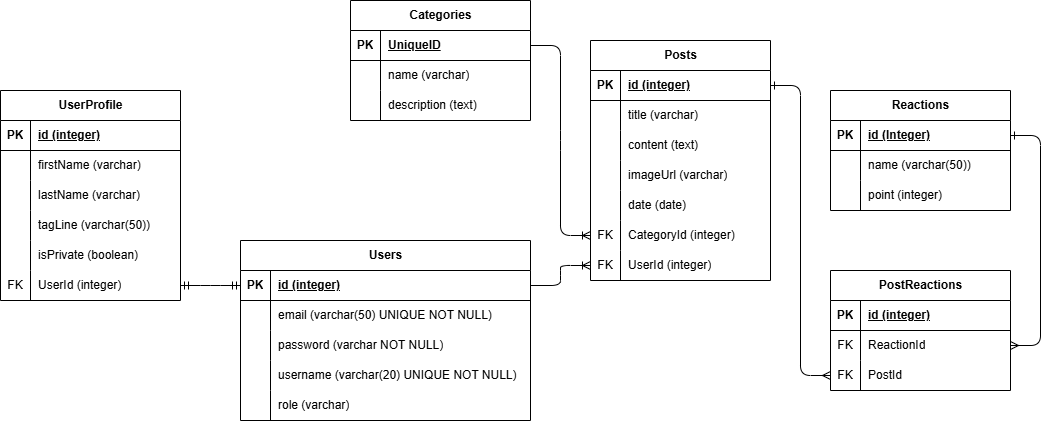
The draw.io diagram erd.drawio.png in HozFisen/p1-hozclover-pp1-socialmedia, before a commit. Source tidied: cells renumbered, new cells last; positions are measured from the earlier drawing's top-left corner, leaving out a move shared by most shapes.
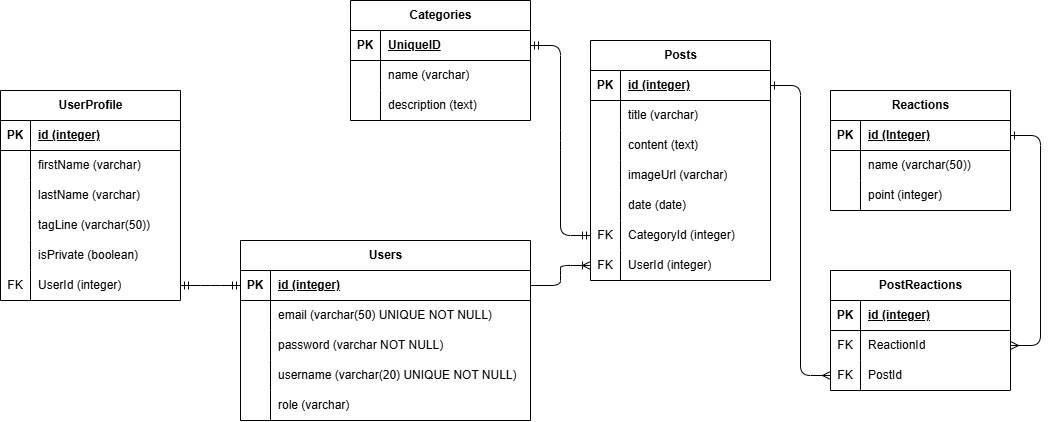
The same diagram one commit later.

Diff of the diagram source:
```diff
@@ -280,7 +280,7 @@
     <mxCell id="92" value="description (text)" style="shape=partialRectangle;fillColor=none;top=0;left=0;bottom=0;right=0;align=left;spacingLeft=6;overflow=hidden;whiteSpace=wrap;html=1;" parent="90" vertex="1">
       <mxGeometry x="30" width="150" height="30" as="geometry" />
     </mxCell>
-    <mxCell id="93" style="edgeStyle=entityRelationEdgeStyle;fontSize=12;html=1;endArrow=ERoneToMany;exitX=1;exitY=0.5;exitDx=0;exitDy=0;entryX=0;entryY=0.5;entryDx=0;entryDy=0;endFill=0;" parent="1" edge="1" source="84" target="34">
+    <mxCell id="93" style="edgeStyle=entityRelationEdgeStyle;fontSize=12;html=1;endArrow=ERmandOne;exitX=1;exitY=0.5;exitDx=0;exitDy=0;entryX=0;entryY=0.5;entryDx=0;entryDy=0;endFill=0;startArrow=ERmandOne;startFill=0;" parent="1" edge="1" source="84" target="34">
       <mxGeometry relative="1" as="geometry" />
     </mxCell>
   </root>
```
